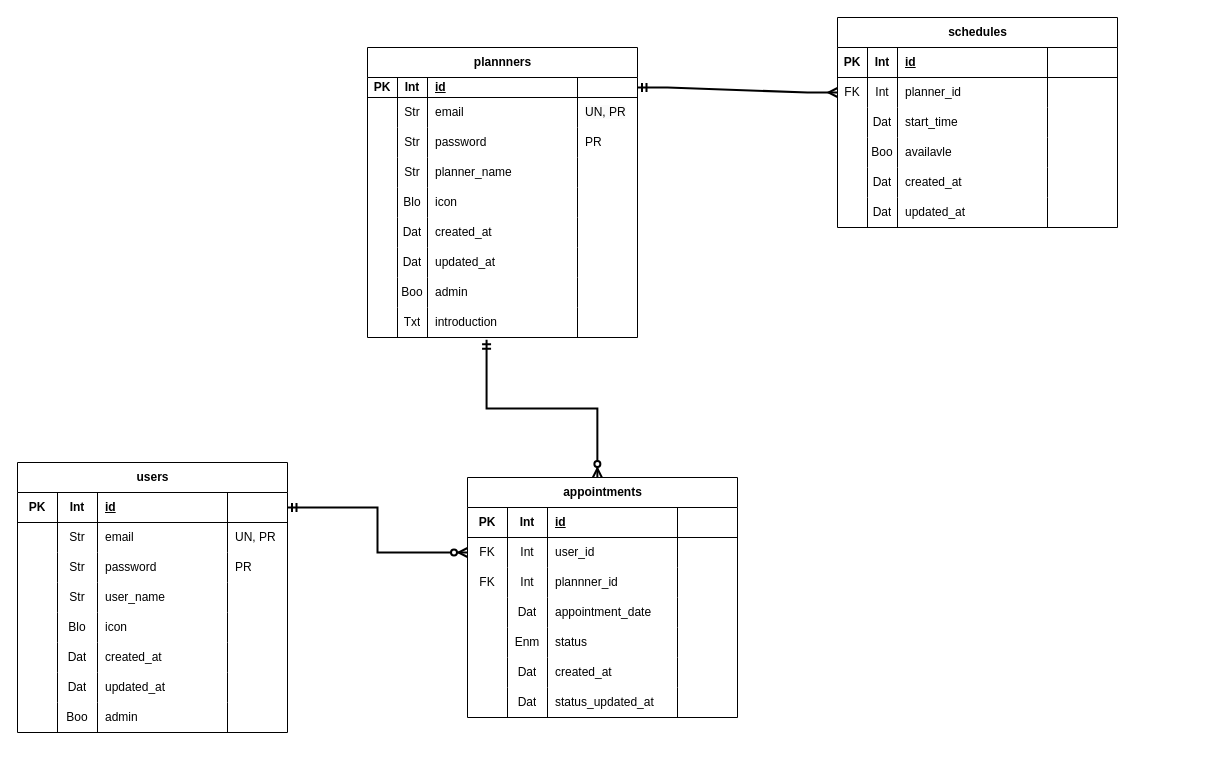
Earlier version of the draw.io diagram erd/ERD_2.drawio (Hideto1008/fp_reservation). Source tidied: cells renumbered, new cells numbered last; positions are measured from the earlier drawing's top-left corner, leaving out a move shared by most shapes. Both pictures are drawn from the tidied source at 100%, with x=0, y=0 at pixel (17, 17).
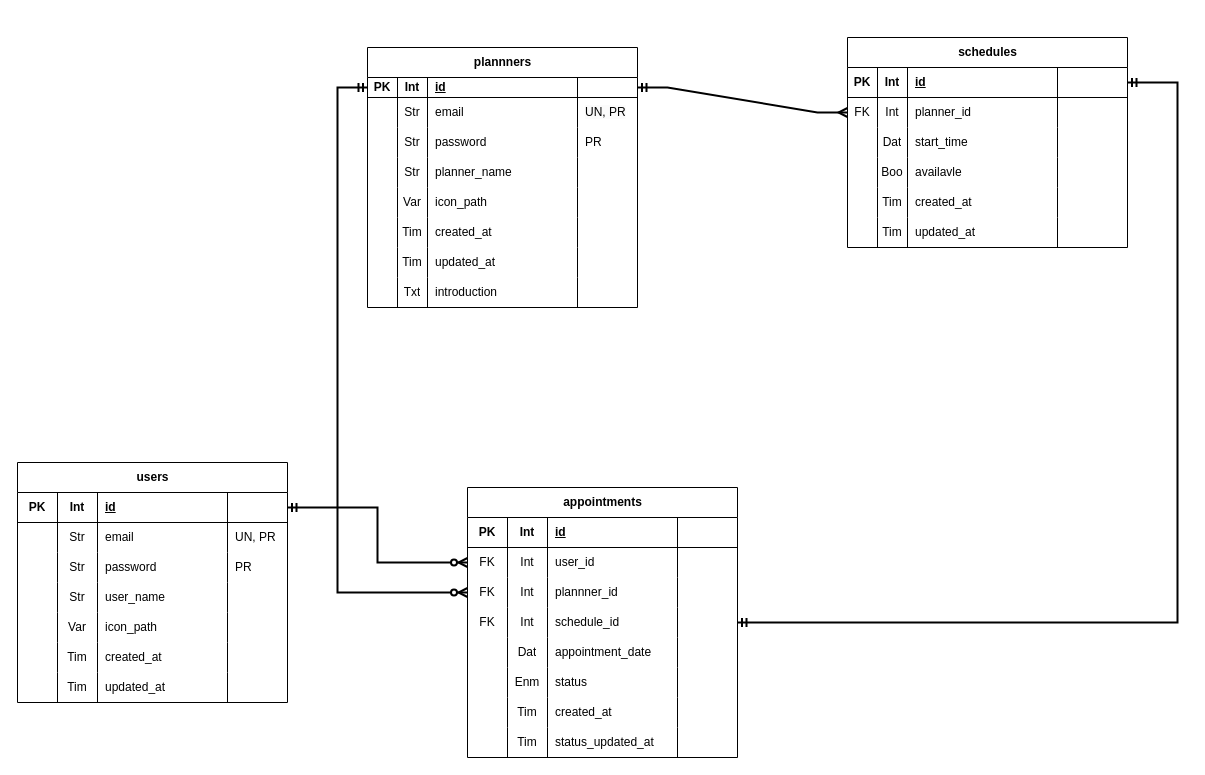
After the change.

Unchanged cells that the change refers to:
```xml
<mxCell id="23" style="shape=tableRow;horizontal=0;startSize=0;swimlaneHead=0;swimlaneBody=0;fillColor=none;top=0;left=0;right=0;bottom=0;" parent="2" vertex="1">
  <mxGeometry y="150" width="270" height="30" as="geometry" />
</mxCell>
<mxCell id="28" style="shape=tableRow;horizontal=0;startSize=0;swimlaneHead=0;swimlaneBody=0;fillColor=none;top=0;left=0;right=0;bottom=0;" parent="2" vertex="1">
  <mxGeometry y="180" width="270" height="30" as="geometry" />
</mxCell>
<mxCell id="33" style="shape=tableRow;horizontal=0;startSize=0;swimlaneHead=0;swimlaneBody=0;fillColor=none;top=0;left=0;right=0;bottom=0;" parent="2" vertex="1">
  <mxGeometry y="210" width="270" height="30" as="geometry" />
</mxCell>
<mxCell id="44" style="shape=tableRow;horizontal=0;startSize=0;swimlaneHead=0;swimlaneBody=0;fillColor=none;points=[[0,0.5],[1,0.5]];portConstraint=eastwest;top=0;left=0;right=0;bottom=1;" parent="43" vertex="1">
  <mxGeometry y="30" width="270" height="20" as="geometry" />
</mxCell>
<mxCell id="64" style="shape=tableRow;horizontal=0;startSize=0;swimlaneHead=0;swimlaneBody=0;fillColor=none;top=0;left=0;right=0;bottom=0;" parent="43" vertex="1">
  <mxGeometry y="140" width="270" height="30" as="geometry" />
</mxCell>
<mxCell id="69" style="shape=tableRow;horizontal=0;startSize=0;swimlaneHead=0;swimlaneBody=0;fillColor=none;top=0;left=0;right=0;bottom=0;" parent="43" vertex="1">
  <mxGeometry y="170" width="270" height="30" as="geometry" />
</mxCell>
<mxCell id="74" style="shape=tableRow;horizontal=0;startSize=0;swimlaneHead=0;swimlaneBody=0;fillColor=none;top=0;left=0;right=0;bottom=0;" parent="43" vertex="1">
  <mxGeometry y="200" width="270" height="30" as="geometry" />
</mxCell>
<mxCell id="100" style="shape=tableRow;horizontal=0;startSize=0;swimlaneHead=0;swimlaneBody=0;fillColor=none;points=[[0,0.5],[1,0.5]];portConstraint=eastwest;top=0;left=0;right=0;bottom=0;" parent="89" vertex="1">
  <mxGeometry y="90" width="270" height="30" as="geometry" />
</mxCell>
<mxCell id="127" style="shape=tableRow;horizontal=0;startSize=0;swimlaneHead=0;swimlaneBody=0;fillColor=none;points=[[0,0.5],[1,0.5]];portConstraint=eastwest;top=0;left=0;right=0;bottom=1;" parent="126" vertex="1">
  <mxGeometry y="30" width="280" height="30" as="geometry" />
</mxCell>
<mxCell id="147" style="shape=tableRow;horizontal=0;startSize=0;swimlaneHead=0;swimlaneBody=0;fillColor=none;top=0;left=0;right=0;bottom=0;" parent="126" vertex="1">
  <mxGeometry y="150" width="280" height="30" as="geometry" />
</mxCell>
<mxCell id="152" style="shape=tableRow;horizontal=0;startSize=0;swimlaneHead=0;swimlaneBody=0;fillColor=none;top=0;left=0;right=0;bottom=0;" parent="126" vertex="1">
  <mxGeometry y="180" width="280" height="30" as="geometry" />
</mxCell>
```

Change to the diagram source:
```diff
@@
     <mxCell id="2" value="users" style="shape=table;startSize=30;childLayout=tableLayout;rowLines=0;fontStyle=1;align=center;html=1;" parent="1" vertex="1">
-      <mxGeometry y="445" width="270" height="270" as="geometry" />
+      <mxGeometry y="445" width="270" height="240" as="geometry" />
     </mxCell>
@@
-    <mxCell id="25" value="Blo" style="shape=partialRectangle;fillColor=none;top=0;left=0;bottom=0;right=0;overflow=hidden;whiteSpace=wrap;html=1;" parent="23" vertex="1">
+    <mxCell id="25" value="Var" style="shape=partialRectangle;fillColor=none;top=0;left=0;bottom=0;right=0;overflow=hidden;whiteSpace=wrap;html=1;" parent="23" vertex="1">
       <mxGeometry x="40" width="40" height="30" as="geometry" />
     </mxCell>
-    <mxCell id="26" value="icon" style="shape=partialRectangle;fillColor=none;top=0;left=0;bottom=0;right=0;align=left;spacingLeft=6;overflow=hidden;whiteSpace=wrap;html=1;" parent="23" vertex="1">
+    <mxCell id="26" value="icon_path" style="shape=partialRectangle;fillColor=none;top=0;left=0;bottom=0;right=0;align=left;spacingLeft=6;overflow=hidden;whiteSpace=wrap;html=1;" parent="23" vertex="1">
       <mxGeometry x="80" width="130" height="30" as="geometry" />
     </mxCell>
@@
-    <mxCell id="30" value="Dat" style="shape=partialRectangle;fillColor=none;top=0;left=0;bottom=0;right=0;overflow=hidden;whiteSpace=wrap;html=1;" parent="28" vertex="1">
+    <mxCell id="30" value="Tim" style="shape=partialRectangle;fillColor=none;top=0;left=0;bottom=0;right=0;overflow=hidden;whiteSpace=wrap;html=1;" parent="28" vertex="1">
       <mxGeometry x="40" width="40" height="30" as="geometry" />
     </mxCell>
@@
-    <mxCell id="35" value="Dat" style="shape=partialRectangle;fillColor=none;top=0;left=0;bottom=0;right=0;overflow=hidden;whiteSpace=wrap;html=1;" parent="33" vertex="1">
+    <mxCell id="35" value="Tim" style="shape=partialRectangle;fillColor=none;top=0;left=0;bottom=0;right=0;overflow=hidden;whiteSpace=wrap;html=1;" parent="33" vertex="1">
       <mxGeometry x="40" width="40" height="30" as="geometry" />
     </mxCell>
@@
-    <mxCell id="38" style="shape=tableRow;horizontal=0;startSize=0;swimlaneHead=0;swimlaneBody=0;fillColor=none;top=0;left=0;right=0;bottom=0;" parent="2" vertex="1">
-      <mxGeometry y="240" width="270" height="30" as="geometry" />
-    </mxCell>
-    <mxCell id="39" style="shape=partialRectangle;fillColor=none;top=0;left=0;bottom=0;right=0;overflow=hidden;whiteSpace=wrap;html=1;" parent="38" vertex="1">
-      <mxGeometry width="40" height="30" as="geometry" />
-    </mxCell>
-    <mxCell id="40" value="Boo" style="shape=partialRectangle;fillColor=none;top=0;left=0;bottom=0;right=0;overflow=hidden;whiteSpace=wrap;html=1;" parent="38" vertex="1">
-      <mxGeometry x="40" width="40" height="30" as="geometry" />
-    </mxCell>
-    <mxCell id="41" value="admin" style="shape=partialRectangle;fillColor=none;top=0;left=0;bottom=0;right=0;align=left;spacingLeft=6;overflow=hidden;whiteSpace=wrap;html=1;" parent="38" vertex="1">
-      <mxGeometry x="80" width="130" height="30" as="geometry" />
-    </mxCell>
-    <mxCell id="42" style="shape=partialRectangle;fillColor=none;top=0;left=0;bottom=0;right=0;align=left;spacingLeft=6;overflow=hidden;whiteSpace=wrap;html=1;" parent="38" vertex="1">
-      <mxGeometry x="210" width="60" height="30" as="geometry" />
-    </mxCell>
     <mxCell id="43" value="plannners" style="shape=table;startSize=30;childLayout=tableLayout;rowLines=0;fontStyle=1;align=center;html=1;" parent="1" vertex="1">
-      <mxGeometry x="350" y="30" width="270" height="290" as="geometry" />
+      <mxGeometry x="350" y="30" width="270" height="260" as="geometry" />
     </mxCell>
@@
-    <mxCell id="66" value="Blo" style="shape=partialRectangle;fillColor=none;top=0;left=0;bottom=0;right=0;overflow=hidden;whiteSpace=wrap;html=1;" parent="64" vertex="1">
+    <mxCell id="66" value="Var" style="shape=partialRectangle;fillColor=none;top=0;left=0;bottom=0;right=0;overflow=hidden;whiteSpace=wrap;html=1;" parent="64" vertex="1">
       <mxGeometry x="30" width="30" height="30" as="geometry" />
     </mxCell>
-    <mxCell id="67" value="icon" style="shape=partialRectangle;fillColor=none;top=0;left=0;bottom=0;right=0;align=left;spacingLeft=6;overflow=hidden;whiteSpace=wrap;html=1;" parent="64" vertex="1">
+    <mxCell id="67" value="icon_path" style="shape=partialRectangle;fillColor=none;top=0;left=0;bottom=0;right=0;align=left;spacingLeft=6;overflow=hidden;whiteSpace=wrap;html=1;" parent="64" vertex="1">
       <mxGeometry x="60" width="150" height="30" as="geometry" />
     </mxCell>
@@
-    <mxCell id="71" value="Dat" style="shape=partialRectangle;fillColor=none;top=0;left=0;bottom=0;right=0;overflow=hidden;whiteSpace=wrap;html=1;" parent="69" vertex="1">
+    <mxCell id="71" value="Tim" style="shape=partialRectangle;fillColor=none;top=0;left=0;bottom=0;right=0;overflow=hidden;whiteSpace=wrap;html=1;" parent="69" vertex="1">
       <mxGeometry x="30" width="30" height="30" as="geometry" />
     </mxCell>
@@
-    <mxCell id="76" value="Dat" style="shape=partialRectangle;fillColor=none;top=0;left=0;bottom=0;right=0;overflow=hidden;whiteSpace=wrap;html=1;" parent="74" vertex="1">
+    <mxCell id="76" value="Tim" style="shape=partialRectangle;fillColor=none;top=0;left=0;bottom=0;right=0;overflow=hidden;whiteSpace=wrap;html=1;" parent="74" vertex="1">
       <mxGeometry x="30" width="30" height="30" as="geometry" />
     </mxCell>
@@
-    <mxCell id="79" style="shape=tableRow;horizontal=0;startSize=0;swimlaneHead=0;swimlaneBody=0;fillColor=none;top=0;left=0;right=0;bottom=0;" parent="43" vertex="1">
-      <mxGeometry y="230" width="270" height="30" as="geometry" />
-    </mxCell>
-    <mxCell id="80" style="shape=partialRectangle;fillColor=none;top=0;left=0;bottom=0;right=0;overflow=hidden;whiteSpace=wrap;html=1;" parent="79" vertex="1">
-      <mxGeometry width="30" height="30" as="geometry" />
-    </mxCell>
-    <mxCell id="81" value="Boo" style="shape=partialRectangle;fillColor=none;top=0;left=0;bottom=0;right=0;overflow=hidden;whiteSpace=wrap;html=1;" parent="79" vertex="1">
-      <mxGeometry x="30" width="30" height="30" as="geometry" />
-    </mxCell>
-    <mxCell id="82" value="admin" style="shape=partialRectangle;fillColor=none;top=0;left=0;bottom=0;right=0;align=left;spacingLeft=6;overflow=hidden;whiteSpace=wrap;html=1;" parent="79" vertex="1">
-      <mxGeometry x="60" width="150" height="30" as="geometry" />
-    </mxCell>
-    <mxCell id="83" style="shape=partialRectangle;fillColor=none;top=0;left=0;bottom=0;right=0;align=left;spacingLeft=6;overflow=hidden;whiteSpace=wrap;html=1;" parent="79" vertex="1">
-      <mxGeometry x="210" width="60" height="30" as="geometry" />
-    </mxCell>
     <mxCell id="84" style="shape=tableRow;horizontal=0;startSize=0;swimlaneHead=0;swimlaneBody=0;fillColor=none;points=[[0,0.5],[1,0.5]];portConstraint=eastwest;top=0;left=0;right=0;bottom=0;" parent="43" vertex="1">
-      <mxGeometry y="260" width="270" height="30" as="geometry" />
+      <mxGeometry y="230" width="270" height="30" as="geometry" />
     </mxCell>
@@
     <mxCell id="89" value="appointments" style="shape=table;startSize=30;childLayout=tableLayout;rowLines=0;fontStyle=1;align=center;html=1;swimlaneFillColor=default;" parent="1" vertex="1">
-      <mxGeometry x="450" y="460" width="270" height="240" as="geometry" />
+      <mxGeometry x="450" y="470" width="270" height="270" as="geometry" />
     </mxCell>
@@
+    <mxCell id="159" style="shape=tableRow;horizontal=0;startSize=0;swimlaneHead=0;swimlaneBody=0;fillColor=none;points=[[0,0.5],[1,0.5]];portConstraint=eastwest;top=0;left=0;right=0;bottom=0;" parent="89" vertex="1">
+      <mxGeometry y="120" width="270" height="30" as="geometry" />
+    </mxCell>
+    <mxCell id="160" value="FK" style="shape=partialRectangle;fillColor=none;top=0;left=0;bottom=0;right=0;overflow=hidden;whiteSpace=wrap;html=1;" parent="159" vertex="1">
+      <mxGeometry width="40" height="30" as="geometry" />
+    </mxCell>
+    <mxCell id="161" value="Int" style="shape=partialRectangle;fillColor=none;top=0;left=0;bottom=0;right=0;overflow=hidden;whiteSpace=wrap;html=1;" parent="159" vertex="1">
+      <mxGeometry x="40" width="40" height="30" as="geometry" />
+    </mxCell>
+    <mxCell id="162" value="schedule_id" style="shape=partialRectangle;fillColor=none;top=0;left=0;bottom=0;right=0;align=left;spacingLeft=6;overflow=hidden;whiteSpace=wrap;html=1;" parent="159" vertex="1">
+      <mxGeometry x="80" width="130" height="30" as="geometry" />
+    </mxCell>
+    <mxCell id="163" style="shape=partialRectangle;fillColor=none;top=0;left=0;bottom=0;right=0;align=left;spacingLeft=6;overflow=hidden;whiteSpace=wrap;html=1;" parent="159" vertex="1">
+      <mxGeometry x="210" width="60" height="30" as="geometry" />
+    </mxCell>
     <mxCell id="105" style="shape=tableRow;horizontal=0;startSize=0;swimlaneHead=0;swimlaneBody=0;fillColor=none;top=0;left=0;right=0;bottom=0;" parent="89" vertex="1">
-      <mxGeometry y="120" width="270" height="30" as="geometry" />
+      <mxGeometry y="150" width="270" height="30" as="geometry" />
     </mxCell>
@@
     <mxCell id="110" style="shape=tableRow;horizontal=0;startSize=0;swimlaneHead=0;swimlaneBody=0;fillColor=none;top=0;left=0;right=0;bottom=0;" parent="89" vertex="1">
-      <mxGeometry y="150" width="270" height="30" as="geometry" />
+      <mxGeometry y="180" width="270" height="30" as="geometry" />
     </mxCell>
@@
     <mxCell id="115" style="shape=tableRow;horizontal=0;startSize=0;swimlaneHead=0;swimlaneBody=0;fillColor=none;top=0;left=0;right=0;bottom=0;" parent="89" vertex="1">
-      <mxGeometry y="180" width="270" height="30" as="geometry" />
+      <mxGeometry y="210" width="270" height="30" as="geometry" />
     </mxCell>
@@
-    <mxCell id="117" value="Dat" style="shape=partialRectangle;fillColor=none;top=0;left=0;bottom=0;right=0;overflow=hidden;whiteSpace=wrap;html=1;" parent="115" vertex="1">
+    <mxCell id="117" value="Tim" style="shape=partialRectangle;fillColor=none;top=0;left=0;bottom=0;right=0;overflow=hidden;whiteSpace=wrap;html=1;" parent="115" vertex="1">
       <mxGeometry x="40" width="40" height="30" as="geometry" />
     </mxCell>
@@
     <mxCell id="120" style="shape=tableRow;horizontal=0;startSize=0;swimlaneHead=0;swimlaneBody=0;fillColor=none;top=0;left=0;right=0;bottom=0;" parent="89" vertex="1">
-      <mxGeometry y="210" width="270" height="30" as="geometry" />
+      <mxGeometry y="240" width="270" height="30" as="geometry" />
     </mxCell>
@@
-    <mxCell id="122" value="Dat" style="shape=partialRectangle;fillColor=none;top=0;left=0;bottom=0;right=0;overflow=hidden;whiteSpace=wrap;html=1;" parent="120" vertex="1">
+    <mxCell id="122" value="Tim" style="shape=partialRectangle;fillColor=none;top=0;left=0;bottom=0;right=0;overflow=hidden;whiteSpace=wrap;html=1;" parent="120" vertex="1">
       <mxGeometry x="40" width="40" height="30" as="geometry" />
     </mxCell>
@@
-    <mxCell id="125" style="edgeStyle=elbowEdgeStyle;fontSize=12;html=1;endArrow=ERzeroToMany;startArrow=ERmandOne;rounded=0;elbow=vertical;strokeWidth=2;entryX=0.481;entryY=0;entryDx=0;entryDy=0;entryPerimeter=0;exitX=0.441;exitY=1.077;exitDx=0;exitDy=0;exitPerimeter=0;" parent="1" edge="1" source="84" target="89">
-      <mxGeometry relative="1" as="geometry" />
+    <mxCell id="125" style="edgeStyle=elbowEdgeStyle;fontSize=12;html=1;endArrow=ERzeroToMany;startArrow=ERmandOne;rounded=0;strokeWidth=2;entryX=0;entryY=0.5;entryDx=0;entryDy=0;exitX=0;exitY=0.5;exitDx=0;exitDy=0;" parent="1" edge="1" source="44" target="100">
+      <mxGeometry relative="1" as="geometry">
+        <Array as="points">
+          <mxPoint x="320" y="320" />
+        </Array>
+      </mxGeometry>
     </mxCell>
     <mxCell id="126" value="schedules" style="shape=table;startSize=30;childLayout=tableLayout;rowLines=0;fontStyle=1;align=center;html=1;" parent="1" vertex="1">
-      <mxGeometry x="820" width="280" height="210" as="geometry" />
+      <mxGeometry x="830" y="20" width="280" height="210" as="geometry" />
     </mxCell>
@@
-    <mxCell id="149" value="Dat" style="shape=partialRectangle;fillColor=none;top=0;left=0;bottom=0;right=0;overflow=hidden;whiteSpace=wrap;html=1;" parent="147" vertex="1">
+    <mxCell id="149" value="Tim" style="shape=partialRectangle;fillColor=none;top=0;left=0;bottom=0;right=0;overflow=hidden;whiteSpace=wrap;html=1;" parent="147" vertex="1">
       <mxGeometry x="30" width="30" height="30" as="geometry" />
     </mxCell>
@@
-    <mxCell id="154" value="Dat" style="shape=partialRectangle;fillColor=none;top=0;left=0;bottom=0;right=0;overflow=hidden;whiteSpace=wrap;html=1;" parent="152" vertex="1">
+    <mxCell id="154" value="Tim" style="shape=partialRectangle;fillColor=none;top=0;left=0;bottom=0;right=0;overflow=hidden;whiteSpace=wrap;html=1;" parent="152" vertex="1">
       <mxGeometry x="30" width="30" height="30" as="geometry" />
     </mxCell>
@@
+    <mxCell id="164" style="edgeStyle=elbowEdgeStyle;fontSize=12;html=1;endArrow=ERmandOne;startArrow=ERmandOne;rounded=0;exitX=1;exitY=0.5;exitDx=0;exitDy=0;entryX=1;entryY=0.5;entryDx=0;entryDy=0;strokeWidth=2;" parent="1" edge="1" source="159" target="127">
+      <mxGeometry relative="1" as="geometry">
+        <Array as="points">
+          <mxPoint x="1160" y="300" />
+        </Array>
+      </mxGeometry>
+    </mxCell>
```
